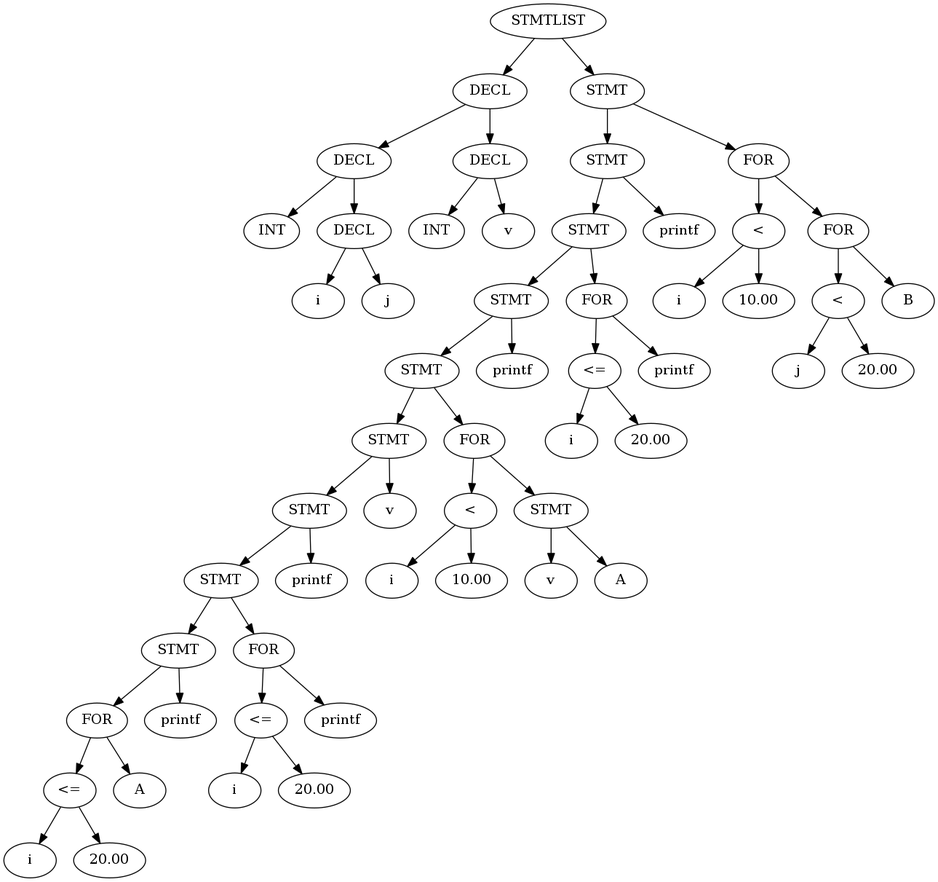
Above: Assignment_3/test_function.png in 1403753/POP (Graphviz), before the change. Its source is kept beside it as Assignment_3/test_function.dot. Its diagram source:
```dot
digraph tree {
 1 [label="STMTLIST"];
 1 -> 2;
 2 [label="DECL"];
 2 -> 4;
 4 [label="DECL"];
 4 -> 8;
 8 [label="INT"];
 4 -> 9;
 9 [label="DECL"];
 9 -> 18;
 18 [label="i"];
 9 -> 19;
 19 [label="j"];
 2 -> 5;
 5 [label="DECL"];
 5 -> 10;
 10 [label="INT"];
 5 -> 11;
 11 [label="v"];
 1 -> 3;
 3 [label="STMT"];
 3 -> 6;
 6 [label="STMT"];
 6 -> 12;
 12 [label="STMT"];
 12 -> 24;
 24 [label="STMT"];
 24 -> 48;
 48 [label="STMT"];
 48 -> 96;
 96 [label="STMT"];
 96 -> 192;
 192 [label="STMT"];
 192 -> 384;
 384 [label="STMT"];
 384 -> 768;
 768 [label="STMT"];
 768 -> 1536;
 1536 [label="FOR"];
 1536 -> 3072;
 3072 [label="<="];
 3072 -> 6144;
 6144 [label="i"];
 3072 -> 6145;
 6145 [label="20.00"];
 1536 -> 3073;
 3073 [label="A"];
 768 -> 1537;
 1537 [label="printf"];
 384 -> 769;
 769 [label="FOR"];
 769 -> 1538;
 1538 [label="<="];
 1538 -> 3076;
 3076 [label="i"];
 1538 -> 3077;
 3077 [label="20.00"];
 769 -> 1539;
 1539 [label="printf"];
 192 -> 385;
 385 [label="printf"];
 96 -> 193;
 193 [label="v"];
 48 -> 97;
 97 [label="FOR"];
 97 -> 194;
 194 [label="<"];
 194 -> 388;
 388 [label="i"];
 194 -> 389;
 389 [label="10.00"];
 97 -> 195;
 195 [label="STMT"];
 195 -> 390;
 390 [label="v"];
 195 -> 391;
 391 [label="A"];
 24 -> 49;
 49 [label="printf"];
 12 -> 25;
 25 [label="FOR"];
 25 -> 50;
 50 [label="<="];
 50 -> 100;
 100 [label="i"];
 50 -> 101;
 101 [label="20.00"];
 25 -> 51;
 51 [label="printf"];
 6 -> 13;
 13 [label="printf"];
 3 -> 7;
 7 [label="FOR"];
 7 -> 14;
 14 [label="<"];
 14 -> 28;
 28 [label="i"];
 14 -> 29;
 29 [label="10.00"];
 7 -> 15;
 15 [label="FOR"];
 15 -> 30;
 30 [label="<"];
 30 -> 60;
 60 [label="j"];
 30 -> 61;
 61 [label="20.00"];
 15 -> 31;
 31 [label="B"];
}
```
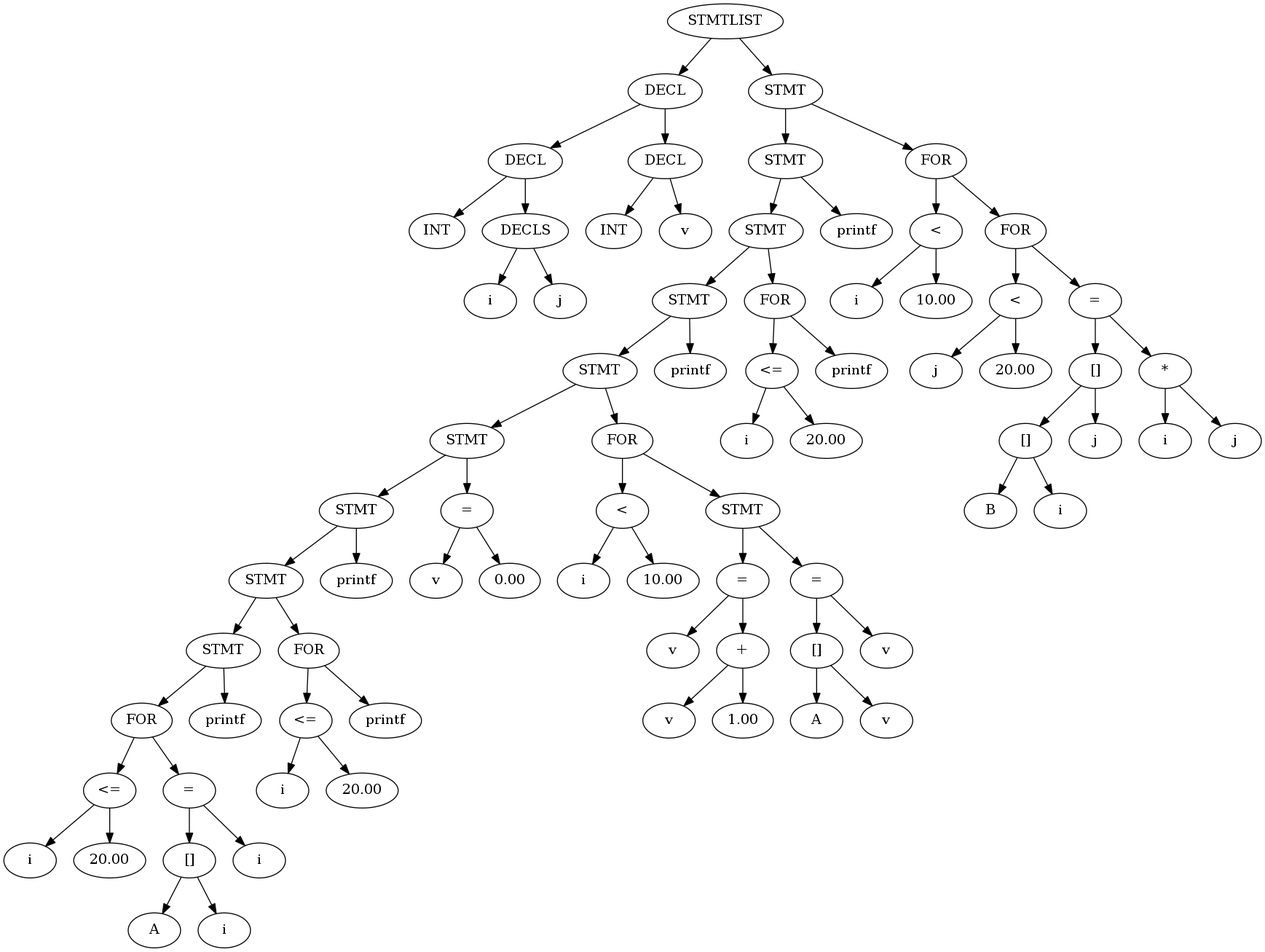
After the commit.

Diff of the diagram source:
```diff
@@ -7,7 +7,7 @@
  4 -> 8;
  8 [label="INT"];
  4 -> 9;
- 9 [label="DECL"];
+ 9 [label="DECLS"];
  9 -> 18;
  18 [label="i"];
  9 -> 19;
@@ -45,7 +45,15 @@
  3072 -> 6145;
  6145 [label="20.00"];
  1536 -> 3073;
- 3073 [label="A"];
+ 3073 [label="="];
+ 3073 -> 6146;
+ 6146 [label="[]"];
+ 6146 -> 12292;
+ 12292 [label="A"];
+ 6146 -> 12293;
+ 12293 [label="i"];
+ 3073 -> 6147;
+ 6147 [label="i"];
  768 -> 1537;
  1537 [label="printf"];
  384 -> 769;
@@ -61,7 +69,11 @@
  192 -> 385;
  385 [label="printf"];
  96 -> 193;
- 193 [label="v"];
+ 193 [label="="];
+ 193 -> 386;
+ 386 [label="v"];
+ 193 -> 387;
+ 387 [label="0.00"];
  48 -> 97;
  97 [label="FOR"];
  97 -> 194;
@@ -73,9 +85,25 @@
  97 -> 195;
  195 [label="STMT"];
  195 -> 390;
- 390 [label="v"];
+ 390 [label="="];
+ 390 -> 780;
+ 780 [label="v"];
+ 390 -> 781;
+ 781 [label="+"];
+ 781 -> 1562;
+ 1562 [label="v"];
+ 781 -> 1563;
+ 1563 [label="1.00"];
  195 -> 391;
- 391 [label="A"];
+ 391 [label="="];
+ 391 -> 782;
+ 782 [label="[]"];
+ 782 -> 1564;
+ 1564 [label="A"];
+ 782 -> 1565;
+ 1565 [label="v"];
+ 391 -> 783;
+ 783 [label="v"];
  24 -> 49;
  49 [label="printf"];
  12 -> 25;
@@ -107,5 +135,21 @@
  30 -> 61;
  61 [label="20.00"];
  15 -> 31;
- 31 [label="B"];
+ 31 [label="="];
+ 31 -> 62;
+ 62 [label="[]"];
+ 62 -> 124;
+ 124 [label="[]"];
+ 124 -> 248;
+ 248 [label="B"];
+ 124 -> 249;
+ 249 [label="i"];
+ 62 -> 125;
+ 125 [label="j"];
+ 31 -> 63;
+ 63 [label="*"];
+ 63 -> 126;
+ 126 [label="i"];
+ 63 -> 127;
+ 127 [label="j"];
 }
```
